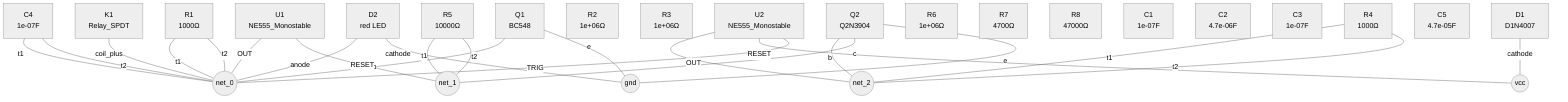
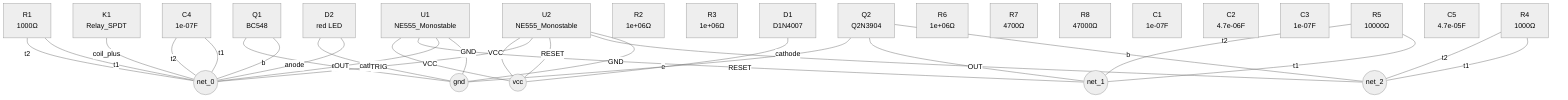
%%{init: {"theme": "neutral"}}%%
flowchart TD
    U1["U1<br/>NE555_Monostable"]
    U2["U2<br/>NE555_Monostable"]
    Q1["Q1<br/>BC548"]
    Q2["Q2<br/>Q2N3904"]
    D1["D1<br/>D1N4007"]
    D2["D2<br/>red LED"]
    R1["R1<br/>1000Ω"]
    R2["R2<br/>1e+06Ω"]
    R3["R3<br/>1e+06Ω"]
    R4["R4<br/>1000Ω"]
    R5["R5<br/>10000Ω"]
    R6["R6<br/>1e+06Ω"]
    R7["R7<br/>4700Ω"]
    R8["R8<br/>47000Ω"]
    C1["C1<br/>1e-07F"]
    C2["C2<br/>4.7e-06F"]
    C3["C3<br/>1e-07F"]
    C4["C4<br/>1e-07F"]
    C5["C5<br/>4.7e-05F"]
    K1["K1<br/>Relay_SPDT"]
    net_0(("net_0"))
    vcc(("vcc"))
    gnd(("gnd"))
    net_2(("net_2"))
    net_1(("net_1"))
    C4 ---|"t1"| net_0
    C4 ---|"t2"| net_0
    D1 ---|"cathode"| vcc
    D2 ---|"anode"| net_0
    D2 ---|"cathode"| gnd
    K1 ---|"coil_plus"| net_0
    Q1 ---|"b"| net_0
    Q1 ---|"e"| gnd
    Q2 ---|"b"| net_2
    Q2 ---|"c"| net_1
    Q2 ---|"e"| gnd
    R1 ---|"t1"| net_0
    R1 ---|"t2"| net_0
    R4 ---|"t1"| net_2
    R4 ---|"t2"| net_2
    R5 ---|"t1"| net_1
    R5 ---|"t2"| net_1
+     U1 ---|"GND"| gnd
    U1 ---|"OUT"| net_0
    U1 ---|"RESET"| net_1
+     U1 ---|"VCC"| vcc
+     U2 ---|"GND"| gnd
    U2 ---|"OUT"| net_2
    U2 ---|"RESET"| vcc
    U2 ---|"TRIG"| net_0
+     U2 ---|"VCC"| vcc
